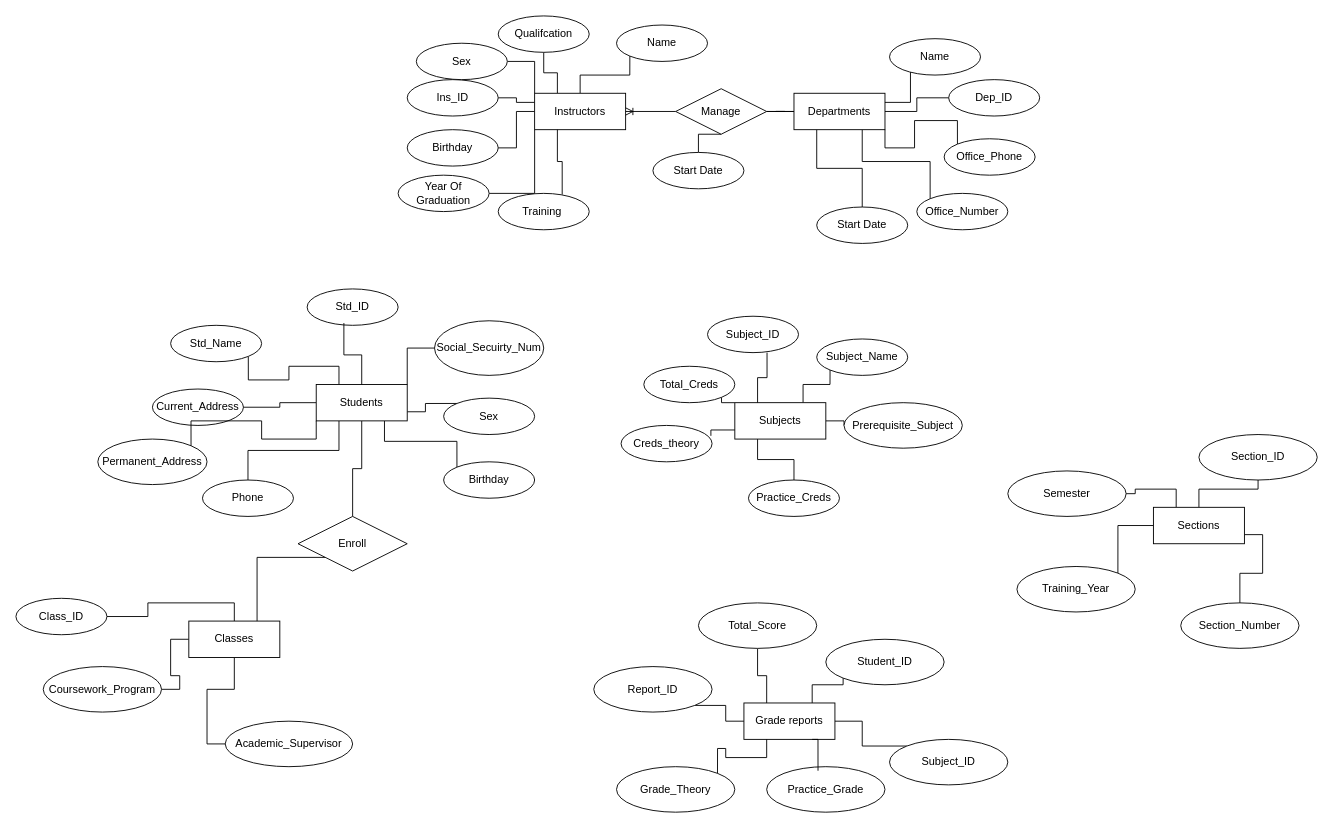
Above: Lab3.drawio in QuanTran05/ERD (draw.io), before the change. Source tidied: cells renumbered, new cells numbered last; positions are measured from the earlier drawing's top-left corner, leaving out a move shared by most shapes. Both pictures are drawn from the tidied source at 91%, with x=0, y=0 at pixel (15, 15).
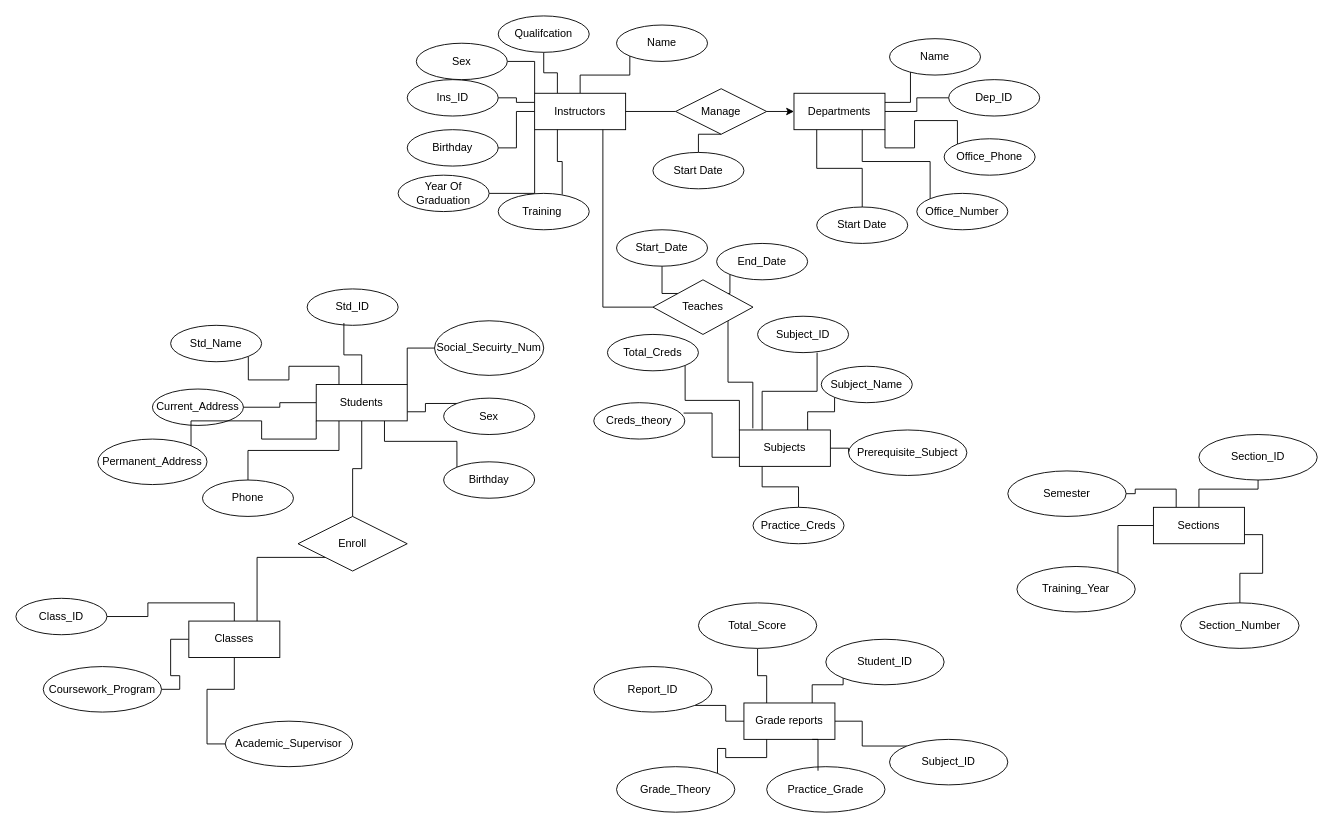
Above is the later version.

Unchanged cells that the change refers to:
```xml
<mxCell id="8" value="Departments" style="whiteSpace=wrap;html=1;align=center;" parent="1" vertex="1">
  <mxGeometry x="855" y="85" width="100" height="40" as="geometry" />
</mxCell>
<mxCell id="15" value="Instructors" style="whiteSpace=wrap;html=1;align=center;" parent="1" vertex="1">
  <mxGeometry x="570" y="85" width="100" height="40" as="geometry" />
</mxCell>
<mxCell id="23" value="Manage" style="shape=rhombus;perimeter=rhombusPerimeter;whiteSpace=wrap;html=1;align=center;" parent="1" vertex="1">
  <mxGeometry x="725" y="80" width="100" height="50" as="geometry" />
</mxCell>
```

The edit, as a diff of the source:
```diff
@@
-    <mxCell id="2" style="edgeStyle=orthogonalEdgeStyle;rounded=0;jettySize=auto;html=1;entryX=1;entryY=0.5;entryDx=0;entryDy=0;endArrow=none;startFill=0;" parent="1" edge="1" source="8" target="23">
-      <mxGeometry relative="1" as="geometry" />
-    </mxCell>
-    <mxCell id="3" style="edgeStyle=orthogonalEdgeStyle;rounded=0;jettySize=auto;html=1;entryX=1;entryY=0.5;entryDx=0;entryDy=0;endArrow=none;startFill=0;" parent="1" edge="1" source="8" target="23">
-      <mxGeometry relative="1" as="geometry" />
-    </mxCell>
@@
-    <mxCell id="21" style="edgeStyle=orthogonalEdgeStyle;rounded=0;jettySize=auto;html=1;exitX=0;exitY=0.5;exitDx=0;exitDy=0;entryX=1;entryY=0.5;entryDx=0;entryDy=0;endArrow=ERoneToMany;endFill=0;" parent="1" edge="1" source="23" target="15">
+    <mxCell id="21" style="edgeStyle=orthogonalEdgeStyle;rounded=0;jettySize=auto;html=1;exitX=0;exitY=0.5;exitDx=0;exitDy=0;entryX=1;entryY=0.5;entryDx=0;entryDy=0;endArrow=none;endFill=1;startFill=0;startArrow=none;" parent="1" edge="1" source="23" target="15">
       <mxGeometry relative="1" as="geometry" />
     </mxCell>
@@
+    <mxCell id="96" style="edgeStyle=orthogonalEdgeStyle;rounded=0;jettySize=auto;html=1;exitX=1;exitY=0.5;exitDx=0;exitDy=0;entryX=0;entryY=0.5;entryDx=0;entryDy=0;" parent="1" edge="1" source="23" target="8">
+      <mxGeometry relative="1" as="geometry" />
+    </mxCell>
@@
     <mxCell id="26" value="Creds_theory" style="ellipse;whiteSpace=wrap;html=1;align=center;" parent="1" vertex="1">
-      <mxGeometry x="665" y="450" width="100" height="40" as="geometry" />
+      <mxGeometry x="635" y="425" width="100" height="40" as="geometry" />
     </mxCell>
@@
     <mxCell id="45" value="Subjects" style="whiteSpace=wrap;html=1;align=center;" parent="1" vertex="1">
-      <mxGeometry x="790" y="425" width="100" height="40" as="geometry" />
+      <mxGeometry x="795" y="455" width="100" height="40" as="geometry" />
     </mxCell>
@@
     <mxCell id="69" value="Total_Creds" style="ellipse;whiteSpace=wrap;html=1;align=center;" parent="1" vertex="1">
-      <mxGeometry x="690" y="385" width="100" height="40" as="geometry" />
+      <mxGeometry x="650" y="350" width="100" height="40" as="geometry" />
     </mxCell>
     <mxCell id="70" value="Practice_Creds" style="ellipse;whiteSpace=wrap;html=1;align=center;" parent="1" vertex="1">
-      <mxGeometry x="805" y="510" width="100" height="40" as="geometry" />
+      <mxGeometry x="810" y="540" width="100" height="40" as="geometry" />
     </mxCell>
     <mxCell id="71" value="Prerequisite_Subject" style="ellipse;whiteSpace=wrap;html=1;align=center;" parent="1" vertex="1">
-      <mxGeometry x="910" y="425" width="130" height="50" as="geometry" />
+      <mxGeometry x="915" y="455" width="130" height="50" as="geometry" />
     </mxCell>
+    <mxCell id="97" style="edgeStyle=orthogonalEdgeStyle;rounded=0;jettySize=auto;html=1;exitX=0.148;exitY=-0.045;exitDx=0;exitDy=0;entryX=1;entryY=1;entryDx=0;entryDy=0;endArrow=none;startFill=0;exitPerimeter=0;" parent="1" edge="1" source="45" target="100">
+      <mxGeometry relative="1" as="geometry" />
+    </mxCell>
     <mxCell id="72" value="Subject_ID" style="ellipse;whiteSpace=wrap;html=1;align=center;" parent="1" vertex="1">
-      <mxGeometry x="760" y="330" width="100" height="40" as="geometry" />
+      <mxGeometry x="815" y="330" width="100" height="40" as="geometry" />
     </mxCell>
@@
     <mxCell id="74" value="Subject_Name" style="ellipse;whiteSpace=wrap;html=1;align=center;" parent="1" vertex="1">
-      <mxGeometry x="880" y="355" width="100" height="40" as="geometry" />
+      <mxGeometry x="885" y="385" width="100" height="40" as="geometry" />
     </mxCell>
@@
+    <mxCell id="98" style="edgeStyle=orthogonalEdgeStyle;rounded=0;jettySize=auto;html=1;exitX=0;exitY=0;exitDx=0;exitDy=0;entryX=0.5;entryY=1;entryDx=0;entryDy=0;endArrow=none;startFill=0;" parent="1" edge="1" source="100" target="103">
+      <mxGeometry relative="1" as="geometry" />
+    </mxCell>
+    <mxCell id="99" style="edgeStyle=orthogonalEdgeStyle;rounded=0;jettySize=auto;html=1;exitX=1;exitY=0;exitDx=0;exitDy=0;entryX=0;entryY=1;entryDx=0;entryDy=0;endArrow=none;startFill=0;" parent="1" edge="1" source="100" target="102">
+      <mxGeometry relative="1" as="geometry" />
+    </mxCell>
+    <mxCell id="100" value="Teaches" style="shape=rhombus;perimeter=rhombusPerimeter;whiteSpace=wrap;html=1;align=center;" parent="1" vertex="1">
+      <mxGeometry x="700" y="290" width="110" height="60" as="geometry" />
+    </mxCell>
+    <mxCell id="101" style="edgeStyle=orthogonalEdgeStyle;rounded=0;jettySize=auto;html=1;exitX=0.75;exitY=1;exitDx=0;exitDy=0;entryX=0;entryY=0.5;entryDx=0;entryDy=0;endArrow=none;startFill=0;" parent="1" edge="1" source="15" target="100">
+      <mxGeometry relative="1" as="geometry" />
+    </mxCell>
+    <mxCell id="102" value="End_Date" style="ellipse;whiteSpace=wrap;html=1;align=center;" parent="1" vertex="1">
+      <mxGeometry x="770" y="250" width="100" height="40" as="geometry" />
+    </mxCell>
+    <mxCell id="103" value="Start_Date" style="ellipse;whiteSpace=wrap;html=1;align=center;" parent="1" vertex="1">
+      <mxGeometry x="660" y="235" width="100" height="40" as="geometry" />
+    </mxCell>
```
